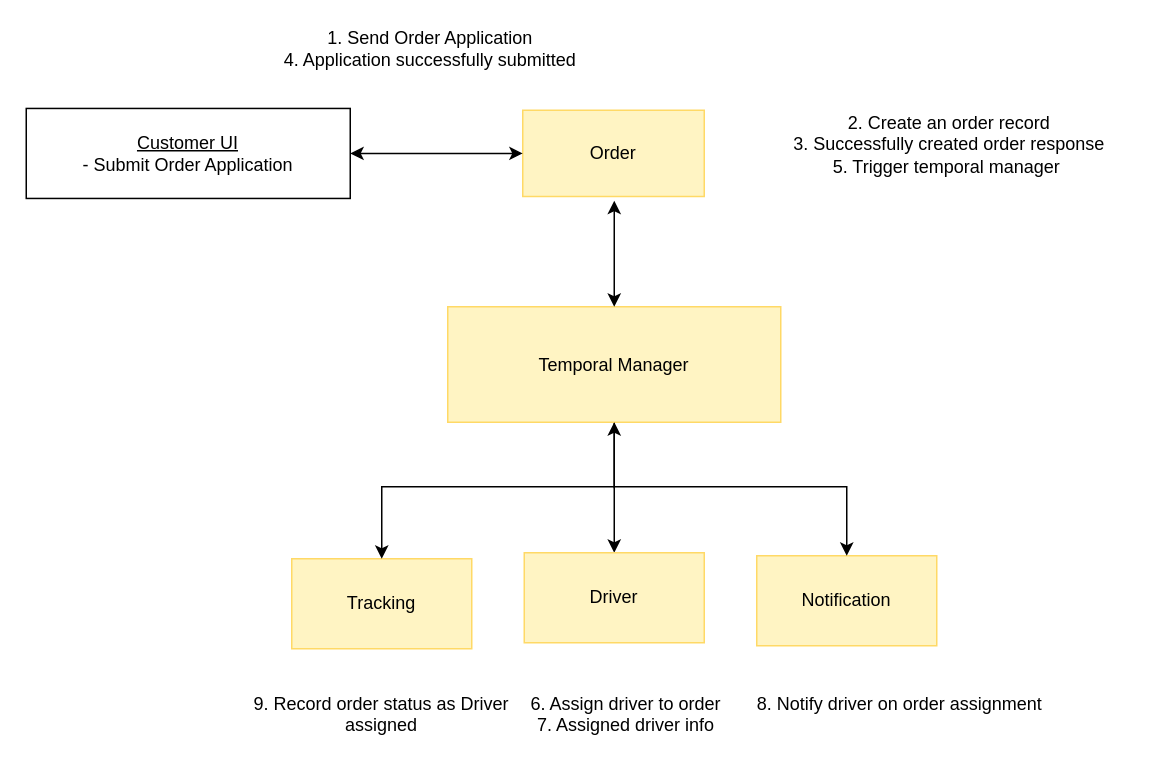
Earlier version of the draw.io diagram diagrams/CustomerSubmitOrderRequest.drawio (darkliyznyanlin910/esd-2425T2). Source tidied: cells renumbered, new cells numbered last; positions are measured from the earlier drawing's top-left corner, leaving out a move shared by most shapes. Both pictures are drawn from the tidied source at 150%, with x=0, y=0 at pixel (26, 26).
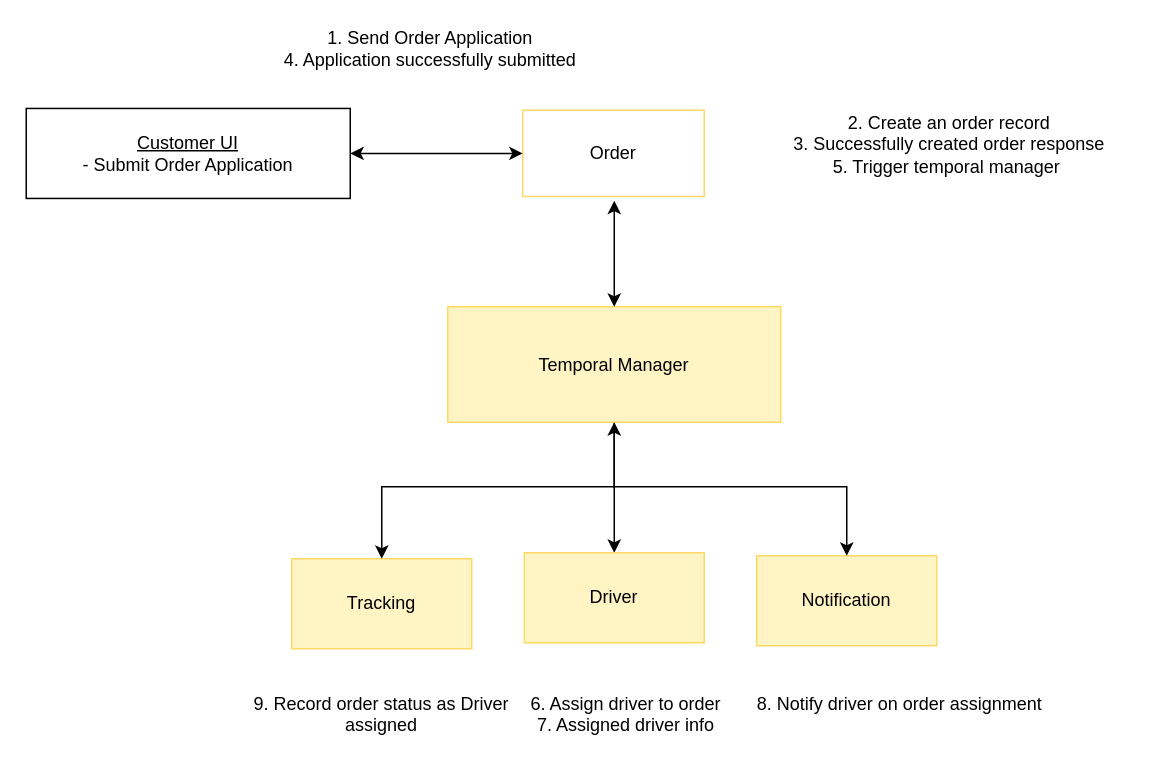
After the change.

Change to the diagram source:
```diff
@@
-    <mxCell id="5" value="Order" style="rounded=0;whiteSpace=wrap;html=1;fillColor=light-dark(#FFF4C3,#FFFFFF);strokeColor=light-dark(#FFD966,#FFFFFF);" parent="1" vertex="1">
+    <mxCell id="5" value="Order" style="rounded=0;whiteSpace=wrap;html=1;fillColor=none;strokeColor=light-dark(#FFD966,#FFFFFF);" parent="1" vertex="1">
       <mxGeometry x="331" y="56" width="121" height="57.5" as="geometry" />
     </mxCell>
```
